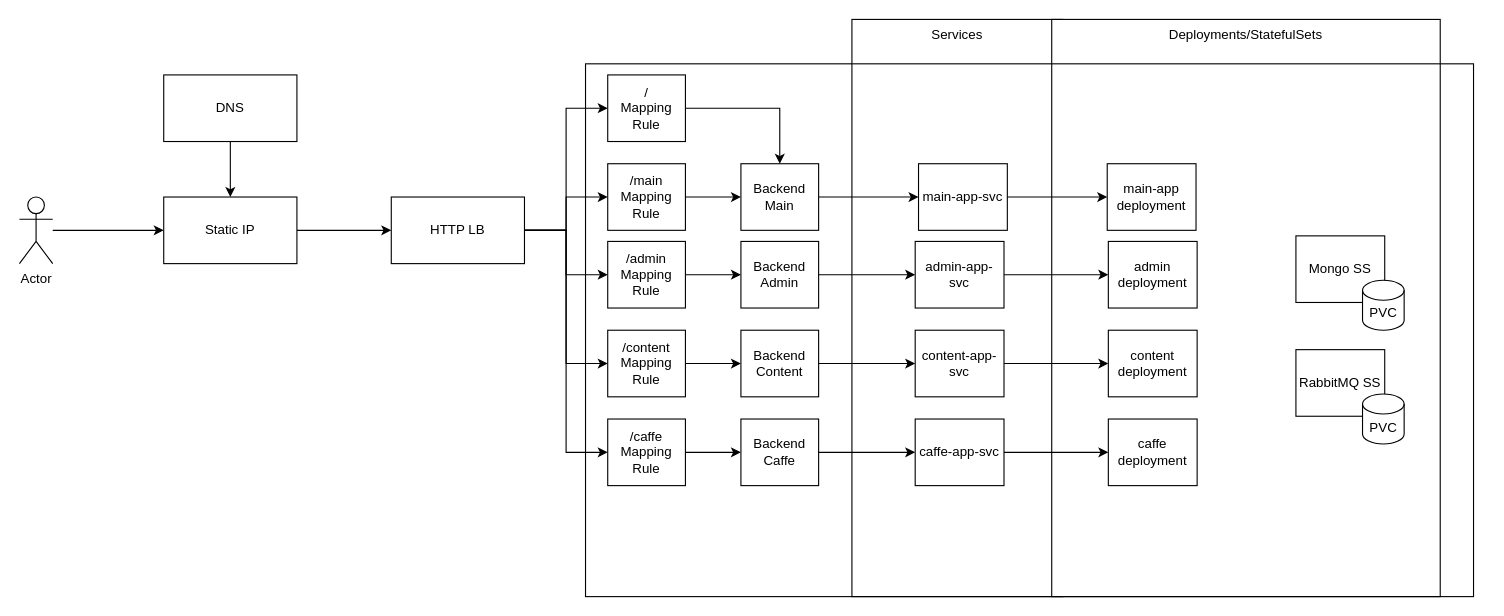
Before: page "General" (1 of 3) of deployment.drawio in perandr/horeca, a draw.io diagram. Source tidied: cells renumbered, new cells numbered last; positions are measured from the earlier drawing's top-left corner, leaving out a move shared by most shapes. Both pictures are drawn from the tidied source at 111%, with x=0, y=0 at pixel (19, 19).
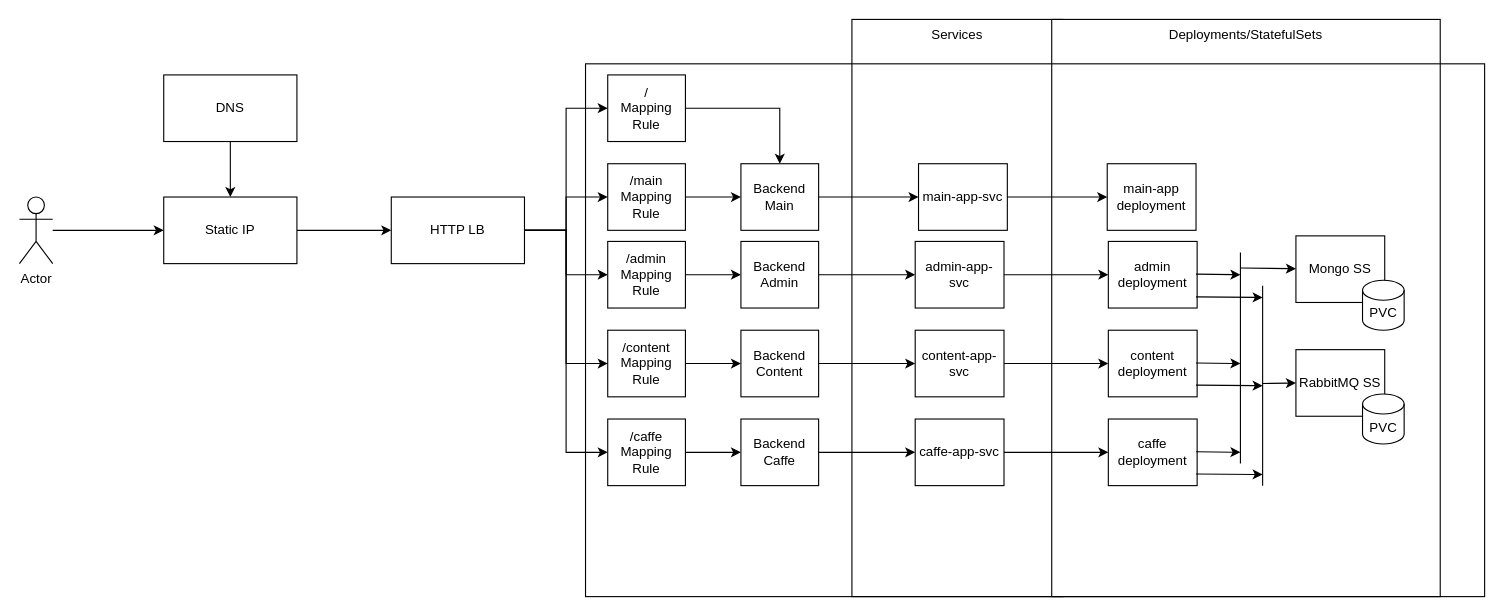
Above is the later version.

Unchanged cells that the change refers to:
```xml
<mxCell id="11" value="Mongo SS" style="rounded=0;whiteSpace=wrap;html=1;" parent="1" vertex="1">
  <mxGeometry x="1150" y="195" width="80" height="60" as="geometry" />
</mxCell>
<mxCell id="45" value="RabbitMQ SS" style="rounded=0;whiteSpace=wrap;html=1;" parent="1" vertex="1">
  <mxGeometry x="1150" y="297.5" width="80" height="60" as="geometry" />
</mxCell>
```

What changed in the source:
```diff
@@
     <mxCell id="10" style="rounded=0;whiteSpace=wrap;html=1;fillColor=none;verticalAlign=top;" parent="1" vertex="1">
-      <mxGeometry x="510" y="40" width="800" height="480" as="geometry" />
+      <mxGeometry x="510" y="40" width="810" height="480" as="geometry" />
     </mxCell>
@@
+    <mxCell id="55" style="endArrow=none;html=1;" parent="1" edge="1">
+      <mxGeometry relative="1" as="geometry">
+        <mxPoint x="1100" y="400" as="sourcePoint" />
+        <mxPoint x="1100" y="210" as="targetPoint" />
+      </mxGeometry>
+    </mxCell>
+    <mxCell id="56" style="endArrow=none;html=1;" parent="1" edge="1">
+      <mxGeometry relative="1" as="geometry">
+        <mxPoint x="1120" y="420" as="sourcePoint" />
+        <mxPoint x="1120" y="240" as="targetPoint" />
+      </mxGeometry>
+    </mxCell>
+    <mxCell id="57" style="endArrow=classic;html=1;entryX=0;entryY=0.5;entryDx=0;entryDy=0;" parent="1" edge="1" target="45">
+      <mxGeometry relative="1" as="geometry">
+        <mxPoint x="1120" y="328" as="sourcePoint" />
+      </mxGeometry>
+    </mxCell>
+    <mxCell id="58" style="endArrow=classic;html=1;" parent="1" edge="1" target="11">
+      <mxGeometry relative="1" as="geometry">
+        <mxPoint x="1100" y="224" as="sourcePoint" />
+      </mxGeometry>
+    </mxCell>
+    <mxCell id="59" style="endArrow=classic;html=1;" parent="1" edge="1">
+      <mxGeometry relative="1" as="geometry">
+        <mxPoint x="1060" y="329.5" as="sourcePoint" />
+        <mxPoint x="1120" y="330" as="targetPoint" />
+      </mxGeometry>
+    </mxCell>
+    <mxCell id="60" style="endArrow=classic;html=1;" parent="1" edge="1">
+      <mxGeometry relative="1" as="geometry">
+        <mxPoint x="1060" y="409.5" as="sourcePoint" />
+        <mxPoint x="1120" y="410" as="targetPoint" />
+      </mxGeometry>
+    </mxCell>
+    <mxCell id="61" style="endArrow=classic;html=1;" parent="1" edge="1">
+      <mxGeometry relative="1" as="geometry">
+        <mxPoint x="1060" y="250" as="sourcePoint" />
+        <mxPoint x="1120" y="250.5" as="targetPoint" />
+      </mxGeometry>
+    </mxCell>
+    <mxCell id="62" style="endArrow=classic;html=1;" parent="1" edge="1">
+      <mxGeometry relative="1" as="geometry">
+        <mxPoint x="1060" y="229.5" as="sourcePoint" />
+        <mxPoint x="1100" y="230" as="targetPoint" />
+      </mxGeometry>
+    </mxCell>
+    <mxCell id="63" style="endArrow=classic;html=1;" parent="1" edge="1">
+      <mxGeometry relative="1" as="geometry">
+        <mxPoint x="1060" y="309.5" as="sourcePoint" />
+        <mxPoint x="1100" y="310" as="targetPoint" />
+      </mxGeometry>
+    </mxCell>
+    <mxCell id="64" style="endArrow=classic;html=1;" parent="1" edge="1">
+      <mxGeometry relative="1" as="geometry">
+        <mxPoint x="1060" y="389.5" as="sourcePoint" />
+        <mxPoint x="1100" y="390" as="targetPoint" />
+      </mxGeometry>
+    </mxCell>
```
